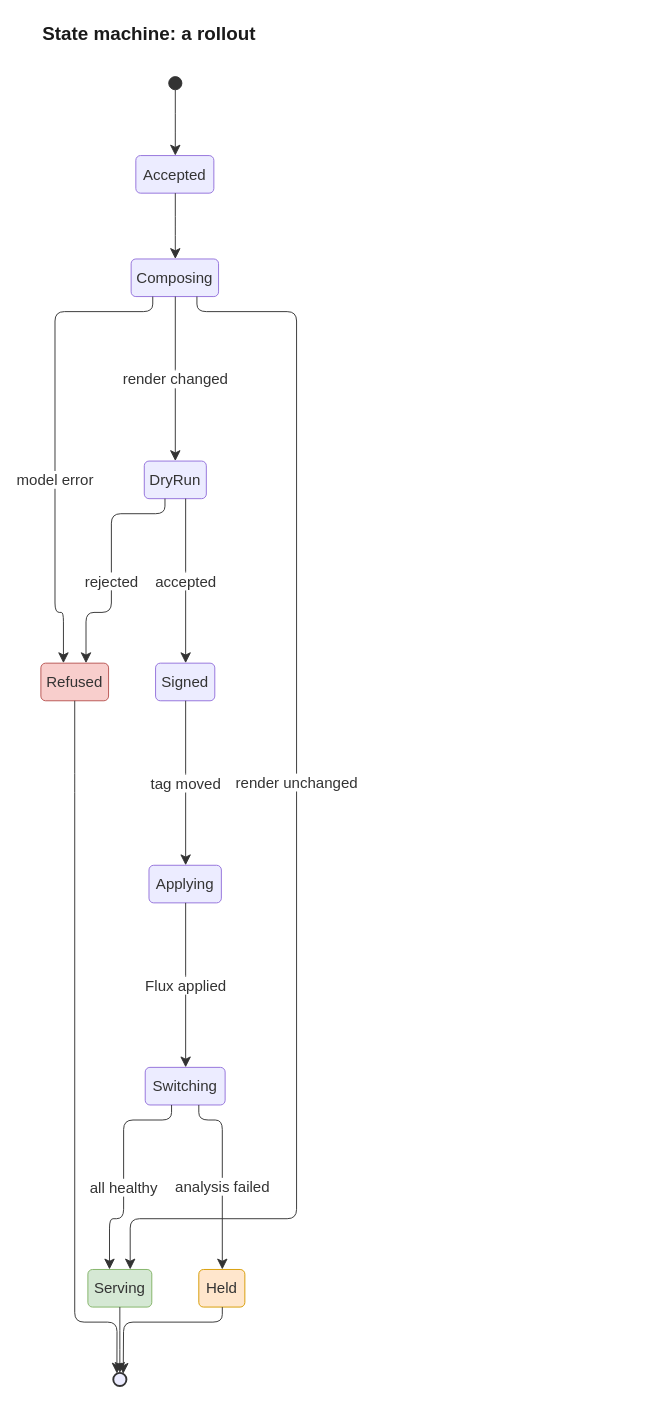
JorisJonkers-dev/estate-kit keeps this draw.io diagram as docs/diagrams/src/state-rollout.drawio. Above is the earlier version. Source tidied: cells renumbered, new cells numbered last; positions are measured from the earlier drawing's top-left corner, leaving out a move shared by most shapes. Both pictures are drawn from the tidied source at 94%, with x=0, y=0 at pixel (40, 16).
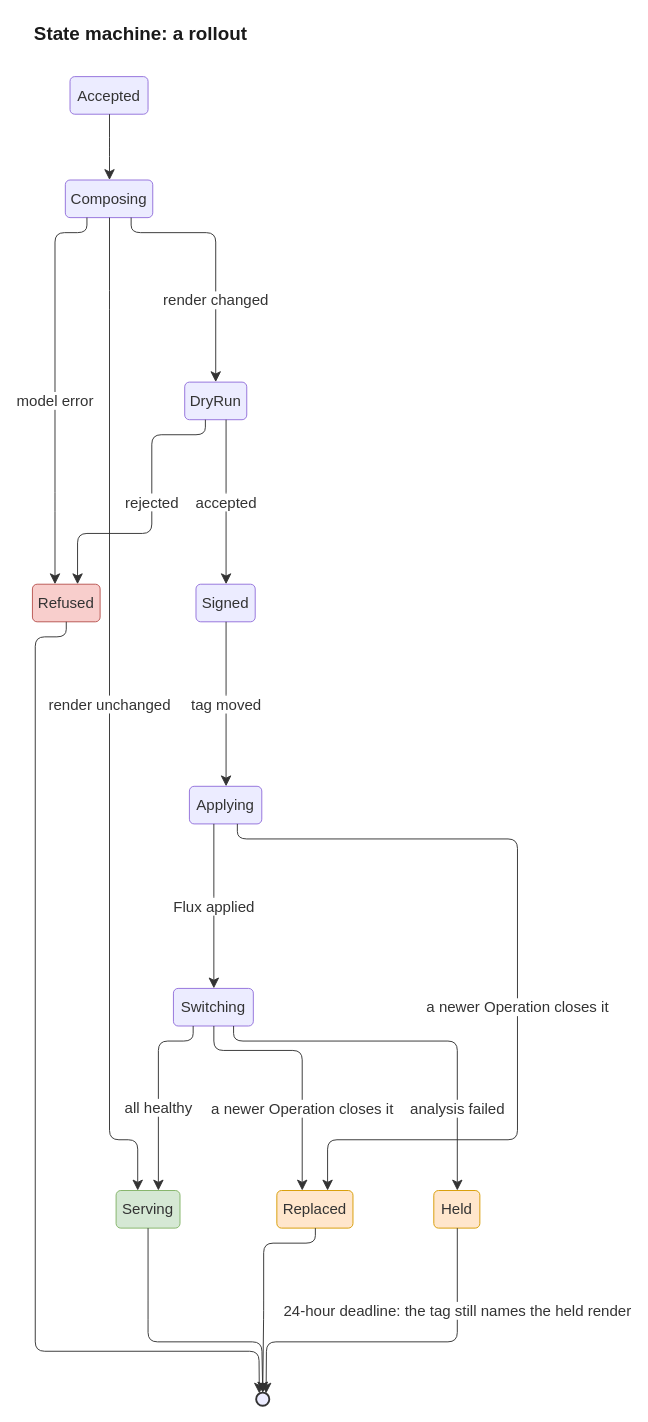
Above is the later version.

Diff of the diagram source:
```diff
@@
-    <mxCell id="2" style="ellipse;html=1;fillColor=light-dark(#333333,#cccccc);strokeColor=light-dark(#333333,#cccccc);fontColor=light-dark(#333333,#cccccc);fontSize=16;fontFamily=Helvetica;" parent="1" vertex="1">
-      <mxGeometry x="136" y="64" width="14" height="14" as="geometry" />
+    <mxCell id="2" value="Accepted" style="rounded=1;absoluteArcSize=1;arcSize=10;html=1;whiteSpace=wrap;strokeWidth=1;fillColor=light-dark(#ECECFF,#1f2020);strokeColor=light-dark(#9370DB,#cccccc);fontColor=light-dark(#333333,#cccccc);fontSize=16;fontFamily=Helvetica;" parent="1" vertex="1">
+      <mxGeometry x="31" y="64" width="83" height="40" as="geometry" />
     </mxCell>
-    <mxCell id="3" value="Accepted" style="rounded=1;absoluteArcSize=1;arcSize=10;html=1;whiteSpace=wrap;strokeWidth=1;fillColor=light-dark(#ECECFF,#1f2020);strokeColor=light-dark(#9370DB,#cccccc);fontColor=light-dark(#333333,#cccccc);fontSize=16;fontFamily=Helvetica;" parent="1" vertex="1">
-      <mxGeometry x="101" y="148" width="83" height="40" as="geometry" />
+    <mxCell id="3" value="Composing" style="rounded=1;absoluteArcSize=1;arcSize=10;html=1;whiteSpace=wrap;strokeWidth=1;fillColor=light-dark(#ECECFF,#1f2020);strokeColor=light-dark(#9370DB,#cccccc);fontColor=light-dark(#333333,#cccccc);fontSize=16;fontFamily=Helvetica;" parent="1" vertex="1">
+      <mxGeometry x="26" y="174" width="93" height="40" as="geometry" />
     </mxCell>
-    <mxCell id="4" value="Composing" style="rounded=1;absoluteArcSize=1;arcSize=10;html=1;whiteSpace=wrap;strokeWidth=1;fillColor=light-dark(#ECECFF,#1f2020);strokeColor=light-dark(#9370DB,#cccccc);fontColor=light-dark(#333333,#cccccc);fontSize=16;fontFamily=Helvetica;" parent="1" vertex="1">
-      <mxGeometry x="96" y="258" width="93" height="40" as="geometry" />
+    <mxCell id="4" value="DryRun" style="rounded=1;absoluteArcSize=1;arcSize=10;html=1;whiteSpace=wrap;strokeWidth=1;fillColor=light-dark(#ECECFF,#1f2020);strokeColor=light-dark(#9370DB,#cccccc);fontColor=light-dark(#333333,#cccccc);fontSize=16;fontFamily=Helvetica;" parent="1" vertex="1">
+      <mxGeometry x="153" y="389" width="66" height="40" as="geometry" />
     </mxCell>
-    <mxCell id="5" value="DryRun" style="rounded=1;absoluteArcSize=1;arcSize=10;html=1;whiteSpace=wrap;strokeWidth=1;fillColor=light-dark(#ECECFF,#1f2020);strokeColor=light-dark(#9370DB,#cccccc);fontColor=light-dark(#333333,#cccccc);fontSize=16;fontFamily=Helvetica;" parent="1" vertex="1">
-      <mxGeometry x="110" y="473" width="66" height="40" as="geometry" />
+    <mxCell id="5" value="Serving" style="rounded=1;absoluteArcSize=1;arcSize=10;html=1;whiteSpace=wrap;strokeWidth=1;fillColor=light-dark(#d5e8d4,#21402a);strokeColor=light-dark(#82b366,#7fc08c);fontColor=light-dark(#333333,#cccccc);fontSize=16;fontFamily=Helvetica;" parent="1" vertex="1">
+      <mxGeometry x="80" y="1249" width="68" height="40" as="geometry" />
     </mxCell>
-    <mxCell id="6" value="Serving" style="rounded=1;absoluteArcSize=1;arcSize=10;html=1;whiteSpace=wrap;strokeWidth=1;fillColor=light-dark(#d5e8d4,#21402a);strokeColor=light-dark(#82b366,#7fc08c);fontColor=light-dark(#333333,#cccccc);fontSize=16;fontFamily=Helvetica;" parent="1" vertex="1">
-      <mxGeometry x="50" y="1333" width="68" height="40" as="geometry" />
+    <mxCell id="6" value="Refused" style="rounded=1;absoluteArcSize=1;arcSize=10;html=1;whiteSpace=wrap;strokeWidth=1;fillColor=light-dark(#f8cecc,#4a2525);strokeColor=light-dark(#b85450,#d47a7a);fontColor=light-dark(#333333,#cccccc);fontSize=16;fontFamily=Helvetica;" parent="1" vertex="1">
+      <mxGeometry x="-9" y="604" width="72" height="40" as="geometry" />
     </mxCell>
-    <mxCell id="7" value="Refused" style="rounded=1;absoluteArcSize=1;arcSize=10;html=1;whiteSpace=wrap;strokeWidth=1;fillColor=light-dark(#f8cecc,#4a2525);strokeColor=light-dark(#b85450,#d47a7a);fontColor=light-dark(#333333,#cccccc);fontSize=16;fontFamily=Helvetica;" parent="1" vertex="1">
-      <mxGeometry y="688" width="72" height="40" as="geometry" />
+    <mxCell id="7" value="Signed" style="rounded=1;absoluteArcSize=1;arcSize=10;html=1;whiteSpace=wrap;strokeWidth=1;fillColor=light-dark(#ECECFF,#1f2020);strokeColor=light-dark(#9370DB,#cccccc);fontColor=light-dark(#333333,#cccccc);fontSize=16;fontFamily=Helvetica;" parent="1" vertex="1">
+      <mxGeometry x="165" y="604" width="63" height="40" as="geometry" />
     </mxCell>
-    <mxCell id="8" value="Signed" style="rounded=1;absoluteArcSize=1;arcSize=10;html=1;whiteSpace=wrap;strokeWidth=1;fillColor=light-dark(#ECECFF,#1f2020);strokeColor=light-dark(#9370DB,#cccccc);fontColor=light-dark(#333333,#cccccc);fontSize=16;fontFamily=Helvetica;" parent="1" vertex="1">
-      <mxGeometry x="122" y="688" width="63" height="40" as="geometry" />
+    <mxCell id="8" value="Applying" style="rounded=1;absoluteArcSize=1;arcSize=10;html=1;whiteSpace=wrap;strokeWidth=1;fillColor=light-dark(#ECECFF,#1f2020);strokeColor=light-dark(#9370DB,#cccccc);fontColor=light-dark(#333333,#cccccc);fontSize=16;fontFamily=Helvetica;" parent="1" vertex="1">
+      <mxGeometry x="158" y="819" width="77" height="40" as="geometry" />
     </mxCell>
-    <mxCell id="9" value="Applying" style="rounded=1;absoluteArcSize=1;arcSize=10;html=1;whiteSpace=wrap;strokeWidth=1;fillColor=light-dark(#ECECFF,#1f2020);strokeColor=light-dark(#9370DB,#cccccc);fontColor=light-dark(#333333,#cccccc);fontSize=16;fontFamily=Helvetica;" parent="1" vertex="1">
-      <mxGeometry x="115" y="903" width="77" height="40" as="geometry" />
+    <mxCell id="9" value="Switching" style="rounded=1;absoluteArcSize=1;arcSize=10;html=1;whiteSpace=wrap;strokeWidth=1;fillColor=light-dark(#ECECFF,#1f2020);strokeColor=light-dark(#9370DB,#cccccc);fontColor=light-dark(#333333,#cccccc);fontSize=16;fontFamily=Helvetica;" parent="1" vertex="1">
+      <mxGeometry x="141" y="1034" width="85" height="40" as="geometry" />
     </mxCell>
-    <mxCell id="10" value="Switching" style="rounded=1;absoluteArcSize=1;arcSize=10;html=1;whiteSpace=wrap;strokeWidth=1;fillColor=light-dark(#ECECFF,#1f2020);strokeColor=light-dark(#9370DB,#cccccc);fontColor=light-dark(#333333,#cccccc);fontSize=16;fontFamily=Helvetica;" parent="1" vertex="1">
-      <mxGeometry x="111" y="1118" width="85" height="40" as="geometry" />
+    <mxCell id="10" value="Replaced" style="rounded=1;absoluteArcSize=1;arcSize=10;html=1;whiteSpace=wrap;strokeWidth=1;fillColor=light-dark(#ffe6cc,#4a3820);strokeColor=light-dark(#d79b00,#d9a050);fontColor=light-dark(#333333,#cccccc);fontSize=16;fontFamily=Helvetica;" parent="1" vertex="1">
+      <mxGeometry x="251" y="1249" width="81" height="40" as="geometry" />
     </mxCell>
     <mxCell id="11" value="Held" style="rounded=1;absoluteArcSize=1;arcSize=10;html=1;whiteSpace=wrap;strokeWidth=1;fillColor=light-dark(#ffe6cc,#4a3820);strokeColor=light-dark(#d79b00,#d9a050);fontColor=light-dark(#333333,#cccccc);fontSize=16;fontFamily=Helvetica;" parent="1" vertex="1">
-      <mxGeometry x="168" y="1333" width="49" height="40" as="geometry" />
+      <mxGeometry x="418" y="1249" width="49" height="40" as="geometry" />
     </mxCell>
     <mxCell id="12" style="ellipse;html=1;fillColor=light-dark(#ECECFF,#1f2020);strokeColor=light-dark(#333333,#cccccc);strokeWidth=2;centerRadius=4;centerColor=light-dark(#9370DB,#cccccc);fontColor=light-dark(#333333,#cccccc);fontSize=16;fontFamily=Helvetica;" parent="1" vertex="1">
-      <mxGeometry x="77" y="1443" width="14" height="14" as="geometry" />
+      <mxGeometry x="229" y="1464" width="14" height="14" as="geometry" />
     </mxCell>
-    <mxCell id="13" style="curved=0;startArrow=none;endArrow=classic;endSize=9;fillColor=none;strokeColor=light-dark(#333333,#cccccc);rounded=1;exitX=0.5;exitY=1;entryX=0.506;entryY=0;edgeStyle=orthogonalEdgeStyle;fontFamily=Helvetica;" parent="1" edge="1" source="2" target="3">
+    <mxCell id="13" style="curved=0;startArrow=none;endArrow=classic;endSize=9;fillColor=none;strokeColor=light-dark(#333333,#cccccc);rounded=1;exitX=0.506;exitY=1;entryX=0.5054;entryY=0;edgeStyle=orthogonalEdgeStyle;fontFamily=Helvetica;" parent="1" edge="1" source="2" target="3">
       <mxGeometry relative="1" as="geometry">
         <Array as="points">
-          <mxPoint x="143" y="113" />
+          <mxPoint x="73" y="139" />
         </Array>
       </mxGeometry>
     </mxCell>
-    <mxCell id="14" style="curved=0;startArrow=none;endArrow=classic;endSize=9;fillColor=none;strokeColor=light-dark(#333333,#cccccc);rounded=1;exitX=0.506;exitY=1;entryX=0.5054;entryY=0;edgeStyle=orthogonalEdgeStyle;fontFamily=Helvetica;" parent="1" edge="1" source="3" target="4">
+    <mxCell id="14" value="render changed" style="curved=0;startArrow=none;endArrow=classic;endSize=9;fillColor=none;strokeColor=light-dark(#333333,#cccccc);html=1;fontSize=16;fontColor=light-dark(#333333,#cccccc);rounded=1;exitX=0.7527;exitY=1;entryX=0.5;entryY=0;edgeStyle=orthogonalEdgeStyle;fontFamily=Helvetica;labelBackgroundColor=light-dark(#ffffff,#1e1e1e);" parent="1" edge="1" source="3" target="4">
       <mxGeometry relative="1" as="geometry">
         <Array as="points">
-          <mxPoint x="143" y="223" />
+          <mxPoint x="96" y="230" />
+          <mxPoint x="186" y="230" />
         </Array>
+        <mxPoint y="45" as="offset" />
       </mxGeometry>
     </mxCell>
-    <mxCell id="15" value="render changed" style="curved=0;startArrow=none;endArrow=classic;endSize=9;fillColor=none;strokeColor=light-dark(#333333,#cccccc);html=1;fontSize=16;fontColor=light-dark(#333333,#cccccc);rounded=1;exitX=0.5054;exitY=1;entryX=0.5;entryY=0;edgeStyle=orthogonalEdgeStyle;fontFamily=Helvetica;labelBackgroundColor=light-dark(#ffffff,#1e1e1e);" parent="1" edge="1" source="4" target="5">
+    <mxCell id="15" value="render unchanged" style="curved=0;startArrow=none;endArrow=classic;endSize=9;fillColor=none;strokeColor=light-dark(#333333,#cccccc);html=1;fontSize=16;fontColor=light-dark(#333333,#cccccc);rounded=1;exitX=0.5054;exitY=1;entryX=0.3382;entryY=0;edgeStyle=orthogonalEdgeStyle;fontFamily=Helvetica;labelBackgroundColor=light-dark(#ffffff,#1e1e1e);" parent="1" edge="1" source="3" target="5">
       <mxGeometry relative="1" as="geometry">
         <Array as="points">
-          <mxPoint x="143" y="385.5" />
+          <mxPoint x="73" y="301.5" />
+          <mxPoint x="73" y="1195" />
+          <mxPoint x="103" y="1195" />
         </Array>
+        <mxPoint y="-15" as="offset" />
       </mxGeometry>
     </mxCell>
-    <mxCell id="16" value="render unchanged" style="curved=0;startArrow=none;endArrow=classic;endSize=9;fillColor=none;strokeColor=light-dark(#333333,#cccccc);html=1;fontSize=16;fontColor=light-dark(#333333,#cccccc);rounded=1;exitX=0.7527;exitY=1;entryX=0.6618;entryY=0;edgeStyle=orthogonalEdgeStyle;fontFamily=Helvetica;labelBackgroundColor=light-dark(#ffffff,#1e1e1e);" parent="1" edge="1" source="4" target="6">
+    <mxCell id="16" value="model error" style="curved=0;startArrow=none;endArrow=classic;endSize=9;fillColor=none;strokeColor=light-dark(#333333,#cccccc);html=1;fontSize=16;fontColor=light-dark(#333333,#cccccc);rounded=1;exitX=0.2473;exitY=1;entryX=0.3333;entryY=0;edgeStyle=orthogonalEdgeStyle;fontFamily=Helvetica;labelBackgroundColor=light-dark(#ffffff,#1e1e1e);" parent="1" edge="1" source="3" target="6">
       <mxGeometry relative="1" as="geometry">
         <Array as="points">
-          <mxPoint x="166" y="314" />
-          <mxPoint x="272" y="314" />
-          <mxPoint x="272" y="1279" />
-          <mxPoint x="95" y="1279" />
+          <mxPoint x="49" y="230" />
+          <mxPoint x="15" y="230" />
+          <mxPoint x="15" y="516.5" />
         </Array>
-        <mxPoint y="-35.5" as="offset" />
+        <mxPoint y="17" as="offset" />
       </mxGeometry>
     </mxCell>
-    <mxCell id="17" value="model error" style="curved=0;startArrow=none;endArrow=classic;endSize=9;fillColor=none;strokeColor=light-dark(#333333,#cccccc);html=1;fontSize=16;fontColor=light-dark(#333333,#cccccc);rounded=1;exitX=0.2473;exitY=1;entryX=0.3333;entryY=0;edgeStyle=orthogonalEdgeStyle;fontFamily=Helvetica;labelBackgroundColor=light-dark(#ffffff,#1e1e1e);" parent="1" edge="1" source="4" target="7">
+    <mxCell id="17" value="accepted" style="curved=0;startArrow=none;endArrow=classic;endSize=9;fillColor=none;strokeColor=light-dark(#333333,#cccccc);html=1;fontSize=16;fontColor=light-dark(#333333,#cccccc);rounded=1;exitX=0.6667;exitY=1;entryX=0.5079;entryY=0;edgeStyle=orthogonalEdgeStyle;fontFamily=Helvetica;labelBackgroundColor=light-dark(#ffffff,#1e1e1e);" parent="1" edge="1" source="4" target="7">
       <mxGeometry relative="1" as="geometry">
         <Array as="points">
-          <mxPoint x="119" y="314" />
-          <mxPoint x="15" y="314" />
-          <mxPoint x="15" y="634" />
-          <mxPoint x="24" y="634" />
+          <mxPoint x="197" y="516.5" />
         </Array>
-        <mxPoint y="47.5" as="offset" />
       </mxGeometry>
     </mxCell>
-    <mxCell id="18" value="accepted" style="curved=0;startArrow=none;endArrow=classic;endSize=9;fillColor=none;strokeColor=light-dark(#333333,#cccccc);html=1;fontSize=16;fontColor=light-dark(#333333,#cccccc);rounded=1;exitX=0.6667;exitY=1;entryX=0.5079;entryY=0;edgeStyle=orthogonalEdgeStyle;fontFamily=Helvetica;labelBackgroundColor=light-dark(#ffffff,#1e1e1e);" parent="1" edge="1" source="5" target="8">
+    <mxCell id="18" value="rejected" style="curved=0;startArrow=none;endArrow=classic;endSize=9;fillColor=none;strokeColor=light-dark(#333333,#cccccc);html=1;fontSize=16;fontColor=light-dark(#333333,#cccccc);rounded=1;exitX=0.3333;exitY=1;entryX=0.6667;entryY=0;edgeStyle=orthogonalEdgeStyle;fontFamily=Helvetica;labelBackgroundColor=light-dark(#ffffff,#1e1e1e);" parent="1" edge="1" source="4" target="6">
       <mxGeometry relative="1" as="geometry">
         <Array as="points">
-          <mxPoint x="154" y="600.5" />
+          <mxPoint x="175" y="445" />
+          <mxPoint x="118" y="445" />
+          <mxPoint x="118" y="550" />
+          <mxPoint x="39" y="550" />
         </Array>
+        <mxPoint y="-11" as="offset" />
       </mxGeometry>
     </mxCell>
-    <mxCell id="19" value="rejected" style="curved=0;startArrow=none;endArrow=classic;endSize=9;fillColor=none;strokeColor=light-dark(#333333,#cccccc);html=1;fontSize=16;fontColor=light-dark(#333333,#cccccc);rounded=1;exitX=0.3333;exitY=1;entryX=0.6667;entryY=0;edgeStyle=orthogonalEdgeStyle;fontFamily=Helvetica;labelBackgroundColor=light-dark(#ffffff,#1e1e1e);" parent="1" edge="1" source="5" target="7">
+    <mxCell id="19" value="tag moved" style="curved=0;startArrow=none;endArrow=classic;endSize=9;fillColor=none;strokeColor=light-dark(#333333,#cccccc);html=1;fontSize=16;fontColor=light-dark(#333333,#cccccc);rounded=1;exitX=0.5079;exitY=1;entryX=0.5065;entryY=0;edgeStyle=orthogonalEdgeStyle;fontFamily=Helvetica;labelBackgroundColor=light-dark(#ffffff,#1e1e1e);" parent="1" edge="1" source="7" target="8">
       <mxGeometry relative="1" as="geometry">
         <Array as="points">
-          <mxPoint x="132" y="529" />
-          <mxPoint x="75" y="529" />
-          <mxPoint x="75" y="634" />
-          <mxPoint x="48" y="634" />
+          <mxPoint x="197" y="731.5" />
         </Array>
-        <mxPoint y="15" as="offset" />
       </mxGeometry>
     </mxCell>
-    <mxCell id="20" value="tag moved" style="curved=0;startArrow=none;endArrow=classic;endSize=9;fillColor=none;strokeColor=light-dark(#333333,#cccccc);html=1;fontSize=16;fontColor=light-dark(#333333,#cccccc);rounded=1;exitX=0.5079;exitY=1;entryX=0.5065;entryY=0;edgeStyle=orthogonalEdgeStyle;fontFamily=Helvetica;labelBackgroundColor=light-dark(#ffffff,#1e1e1e);" parent="1" edge="1" source="8" target="9">
+    <mxCell id="20" value="Flux applied" style="curved=0;startArrow=none;endArrow=classic;endSize=9;fillColor=none;strokeColor=light-dark(#333333,#cccccc);html=1;fontSize=16;fontColor=light-dark(#333333,#cccccc);rounded=1;exitX=0.3377;exitY=1;entryX=0.5059;entryY=0;edgeStyle=orthogonalEdgeStyle;fontFamily=Helvetica;labelBackgroundColor=light-dark(#ffffff,#1e1e1e);" parent="1" edge="1" source="8" target="9">
       <mxGeometry relative="1" as="geometry">
         <Array as="points">
-          <mxPoint x="154" y="815.5" />
+          <mxPoint x="184" y="946.5" />
         </Array>
       </mxGeometry>
     </mxCell>
-    <mxCell id="21" value="Flux applied" style="curved=0;startArrow=none;endArrow=classic;endSize=9;fillColor=none;strokeColor=light-dark(#333333,#cccccc);html=1;fontSize=16;fontColor=light-dark(#333333,#cccccc);rounded=1;exitX=0.5065;exitY=1;entryX=0.5059;entryY=0;edgeStyle=orthogonalEdgeStyle;fontFamily=Helvetica;labelBackgroundColor=light-dark(#ffffff,#1e1e1e);" parent="1" edge="1" source="9" target="10">
+    <mxCell id="21" value="all healthy" style="curved=0;startArrow=none;endArrow=classic;endSize=9;fillColor=none;strokeColor=light-dark(#333333,#cccccc);html=1;fontSize=16;fontColor=light-dark(#333333,#cccccc);rounded=1;exitX=0.2471;exitY=1;entryX=0.6618;entryY=0;edgeStyle=orthogonalEdgeStyle;fontFamily=Helvetica;labelBackgroundColor=light-dark(#ffffff,#1e1e1e);" parent="1" edge="1" source="9" target="5">
       <mxGeometry relative="1" as="geometry">
         <Array as="points">
-          <mxPoint x="154" y="1030.5" />
+          <mxPoint x="162" y="1090" />
+          <mxPoint x="125" y="1090" />
         </Array>
+        <mxPoint y="18.5" as="offset" />
       </mxGeometry>
     </mxCell>
-    <mxCell id="22" value="all healthy" style="curved=0;startArrow=none;endArrow=classic;endSize=9;fillColor=none;strokeColor=light-dark(#333333,#cccccc);html=1;fontSize=16;fontColor=light-dark(#333333,#cccccc);rounded=1;exitX=0.3294;exitY=1;entryX=0.3382;entryY=0;edgeStyle=orthogonalEdgeStyle;fontFamily=Helvetica;labelBackgroundColor=light-dark(#ffffff,#1e1e1e);" parent="1" edge="1" source="10" target="6">
+    <mxCell id="22" value="a newer Operation closes it" style="curved=0;startArrow=none;endArrow=classic;endSize=9;fillColor=none;strokeColor=light-dark(#333333,#cccccc);html=1;fontSize=16;fontColor=light-dark(#333333,#cccccc);rounded=1;exitX=0.6623;exitY=1;entryX=0.6667;entryY=0;edgeStyle=orthogonalEdgeStyle;fontFamily=Helvetica;labelBackgroundColor=light-dark(#ffffff,#1e1e1e);" parent="1" edge="1" source="8" target="10">
       <mxGeometry relative="1" as="geometry">
         <Array as="points">
-          <mxPoint x="139" y="1174" />
-          <mxPoint x="88" y="1174" />
-          <mxPoint x="88" y="1279" />
-          <mxPoint x="73" y="1279" />
+          <mxPoint x="209" y="875" />
+          <mxPoint x="507" y="875" />
+          <mxPoint x="507" y="1195" />
+          <mxPoint x="305" y="1195" />
         </Array>
-        <mxPoint y="18" as="offset" />
+        <mxPoint y="48" as="offset" />
       </mxGeometry>
     </mxCell>
-    <mxCell id="23" value="analysis failed" style="curved=0;startArrow=none;endArrow=classic;endSize=9;fillColor=none;strokeColor=light-dark(#333333,#cccccc);html=1;fontSize=16;fontColor=light-dark(#333333,#cccccc);rounded=1;exitX=0.6706;exitY=1;entryX=0.5102;entryY=0;edgeStyle=orthogonalEdgeStyle;fontFamily=Helvetica;labelBackgroundColor=light-dark(#ffffff,#1e1e1e);" parent="1" edge="1" source="10" target="11">
+    <mxCell id="23" value="analysis failed" style="curved=0;startArrow=none;endArrow=classic;endSize=9;fillColor=none;strokeColor=light-dark(#333333,#cccccc);html=1;fontSize=16;fontColor=light-dark(#333333,#cccccc);rounded=1;exitX=0.7529;exitY=1;entryX=0.5102;entryY=0;edgeStyle=orthogonalEdgeStyle;fontFamily=Helvetica;labelBackgroundColor=light-dark(#ffffff,#1e1e1e);" parent="1" edge="1" source="9" target="11">
       <mxGeometry relative="1" as="geometry">
         <Array as="points">
-          <mxPoint x="168" y="1174" />
-          <mxPoint x="193" y="1174" />
+          <mxPoint x="205" y="1090" />
+          <mxPoint x="443" y="1090" />
         </Array>
-        <mxPoint y="12.5" as="offset" />
+        <mxPoint x="47.5" y="71.5" as="offset" />
       </mxGeometry>
     </mxCell>
-    <mxCell id="24" style="curved=0;startArrow=none;endArrow=classic;endSize=9;fillColor=none;strokeColor=light-dark(#333333,#cccccc);rounded=1;exitX=0.5;exitY=1;entryX=0.5;entryY=0;edgeStyle=orthogonalEdgeStyle;fontFamily=Helvetica;" parent="1" edge="1" source="6" target="12">
+    <mxCell id="24" value="a newer Operation closes it" style="curved=0;startArrow=none;endArrow=classic;endSize=9;fillColor=none;strokeColor=light-dark(#333333,#cccccc);html=1;fontSize=16;fontColor=light-dark(#333333,#cccccc);rounded=1;exitX=0.5059;exitY=1;entryX=0.3333;entryY=0;edgeStyle=orthogonalEdgeStyle;fontFamily=Helvetica;labelBackgroundColor=light-dark(#ffffff,#1e1e1e);" parent="1" edge="1" source="9" target="10">
       <mxGeometry relative="1" as="geometry">
         <Array as="points">
-          <mxPoint x="84" y="1408" />
+          <mxPoint x="184" y="1100" />
+          <mxPoint x="278" y="1100" />
         </Array>
+        <mxPoint y="47" as="offset" />
       </mxGeometry>
     </mxCell>
-    <mxCell id="25" style="curved=0;startArrow=none;endArrow=classic;endSize=9;fillColor=none;strokeColor=light-dark(#333333,#cccccc);noEdgeStyle=1;orthogonal=1;rounded=1;exitX=0.5;exitY=1;entryX=0.2857;entryY=0.0482;fontFamily=Helvetica;" parent="1" edge="1" source="7" target="12">
+    <mxCell id="25" value="24-hour deadline: the tag still names the held render" style="curved=0;startArrow=none;endArrow=classic;endSize=9;fillColor=none;strokeColor=light-dark(#333333,#cccccc);html=1;fontSize=16;fontColor=light-dark(#333333,#cccccc);noEdgeStyle=1;orthogonal=1;rounded=1;exitX=0.5102;exitY=1;entryX=0.7857;entryY=0.0896;fontFamily=Helvetica;labelBackgroundColor=light-dark(#ffffff,#1e1e1e);" parent="1" edge="1" source="11" target="12">
       <mxGeometry relative="1" as="geometry">
         <Array as="points">
-          <mxPoint x="36" y="815.5" />
-          <mxPoint x="36" y="1389" />
-          <mxPoint x="81" y="1389" />
+          <mxPoint x="443" y="1410" />
+          <mxPoint x="240" y="1410" />
         </Array>
+        <mxPoint x="68" y="-33.5" as="offset" />
       </mxGeometry>
     </mxCell>
-    <mxCell id="26" style="curved=0;startArrow=none;endArrow=classic;endSize=9;fillColor=none;strokeColor=light-dark(#333333,#cccccc);noEdgeStyle=1;orthogonal=1;rounded=1;exitX=0.5102;exitY=1;entryX=0.7857;entryY=0.0896;fontFamily=Helvetica;" parent="1" edge="1" source="11" target="12">
+    <mxCell id="26" style="curved=0;startArrow=none;endArrow=classic;endSize=9;fillColor=none;strokeColor=light-dark(#333333,#cccccc);noEdgeStyle=1;orthogonal=1;rounded=1;exitX=0.5;exitY=1;entryX=0.4286;entryY=0.0051;fontFamily=Helvetica;" parent="1" edge="1" source="5" target="12">
       <mxGeometry relative="1" as="geometry">
         <Array as="points">
-          <mxPoint x="193" y="1389" />
-          <mxPoint x="88" y="1389" />
+          <mxPoint x="114" y="1376.5" />
+          <mxPoint x="114" y="1410" />
+          <mxPoint x="235" y="1410" />
         </Array>
       </mxGeometry>
     </mxCell>
+    <mxCell id="28" style="curved=0;startArrow=none;endArrow=classic;endSize=9;fillColor=none;strokeColor=light-dark(#333333,#cccccc);noEdgeStyle=1;orthogonal=1;rounded=1;exitX=0.5;exitY=1;entryX=0.2143;entryY=0.0896;fontFamily=Helvetica;" parent="1" edge="1" source="6" target="12">
+      <mxGeometry relative="1" as="geometry">
+        <Array as="points">
+          <mxPoint x="27" y="660" />
+          <mxPoint x="-6" y="660" />
+          <mxPoint x="-6" y="1420" />
+          <mxPoint x="232" y="1420" />
+        </Array>
+      </mxGeometry>
+    </mxCell>
+    <mxCell id="29" style="curved=0;startArrow=none;endArrow=classic;endSize=9;fillColor=none;strokeColor=light-dark(#333333,#cccccc);noEdgeStyle=1;orthogonal=1;rounded=1;exitX=0.5062;exitY=1;entryX=0.5714;entryY=0.0051;fontFamily=Helvetica;" parent="1" edge="1" source="10" target="12">
+      <mxGeometry relative="1" as="geometry">
+        <Array as="points">
+          <mxPoint x="292" y="1305" />
+          <mxPoint x="237" y="1305" />
+          <mxPoint x="237" y="1376.5" />
+        </Array>
+      </mxGeometry>
+    </mxCell>
     <mxCell id="27" value="State machine: a rollout" style="text;html=1;whiteSpace=wrap;align=left;verticalAlign=middle;fontSize=20;fontStyle=1;fontColor=light-dark(#1a1a1a,#e8e8e8);fontFamily=Helvetica;" parent="1" vertex="1">
-      <mxGeometry width="480" height="36" as="geometry" />
+      <mxGeometry x="-9" width="480" height="36" as="geometry" />
     </mxCell>
```
